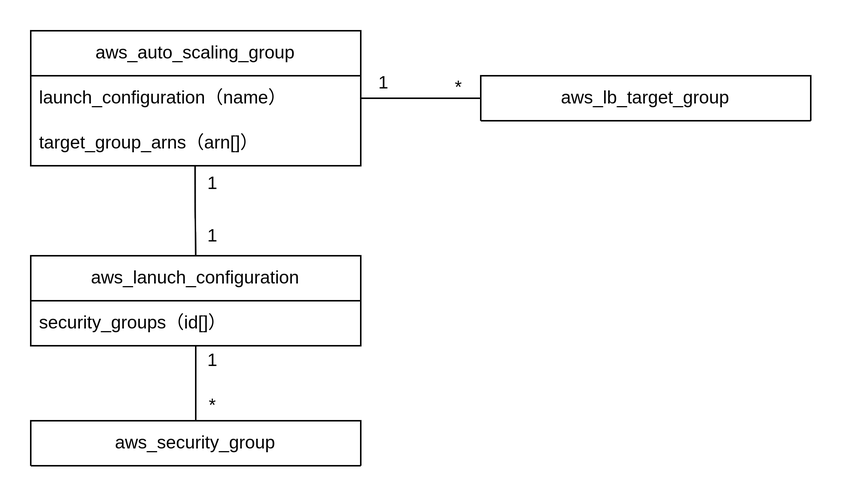
Before: Terraform/AWS/image/ASG-ER図.png, a diagram exported from draw.io (kuritaeiji/Memo). Source tidied: cells renumbered, new cells last; positions are measured from the earlier drawing's top-left corner, leaving out a move shared by most shapes.
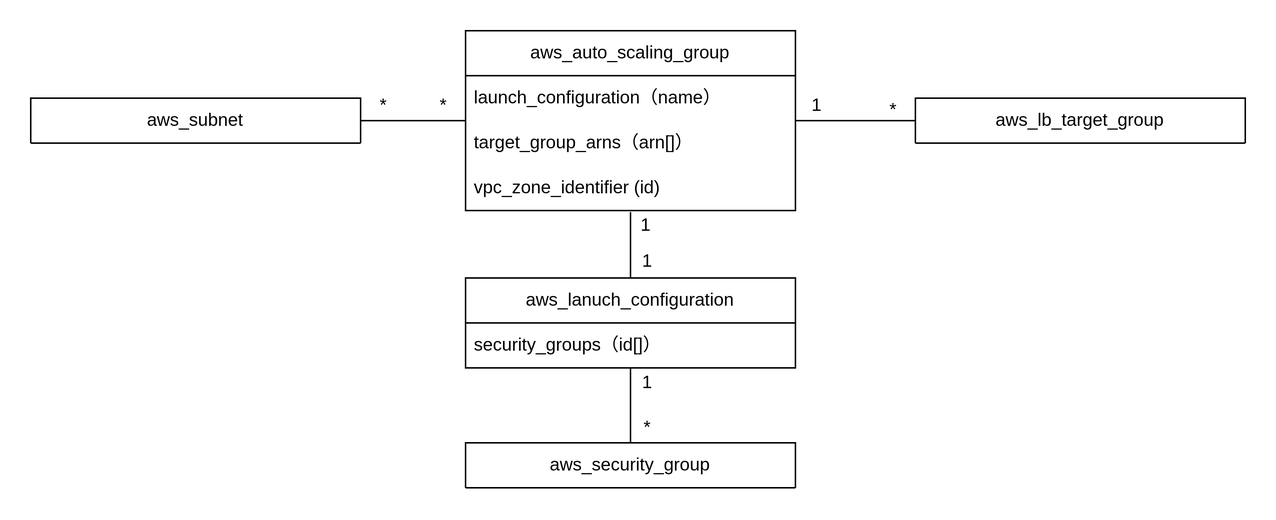
After the commit.

The edit, as a diff of the source:
```diff
@@ -20,35 +20,50 @@
     <mxCell id="7" value="*" style="text;html=1;align=center;verticalAlign=middle;strokeColor=none;fillColor=none;" parent="1" vertex="1">
       <mxGeometry x="106" y="235" width="30" height="30" as="geometry" />
     </mxCell>
-    <mxCell id="8" value="aws_auto_scaling_group" style="swimlane;fontStyle=0;horizontal=1;startSize=30;whiteSpace=wrap;html=1;" parent="1" vertex="1">
-      <mxGeometry width="220" height="90" as="geometry" />
+    <mxCell id="8" style="edgeStyle=orthogonalEdgeStyle;rounded=0;jettySize=auto;html=1;entryX=1;entryY=0.5;entryDx=0;entryDy=0;endArrow=none;endFill=0;" parent="1" edge="1" source="9" target="20">
+      <mxGeometry relative="1" as="geometry" />
     </mxCell>
-    <mxCell id="9" value="launch_configuration（name）" style="text;strokeColor=none;fillColor=none;align=left;verticalAlign=middle;spacingLeft=4;spacingRight=4;overflow=hidden;points=[[0,0.5],[1,0.5]];portConstraint=eastwest;whiteSpace=wrap;html=1;" parent="8" vertex="1">
-      <mxGeometry y="30" width="220" height="30" as="geometry" />
+    <mxCell id="9" value="aws_auto_scaling_group" style="swimlane;fontStyle=0;horizontal=1;startSize=30;whiteSpace=wrap;html=1;" parent="1" vertex="1">
+      <mxGeometry y="-15" width="220" height="120" as="geometry" />
     </mxCell>
-    <mxCell id="10" value="target_group_arns（arn[]）" style="text;strokeColor=none;fillColor=none;align=left;verticalAlign=middle;spacingLeft=4;spacingRight=4;overflow=hidden;points=[[0,0.5],[1,0.5]];portConstraint=eastwest;whiteSpace=wrap;html=1;" parent="8" vertex="1">
-      <mxGeometry y="60" width="220" height="30" as="geometry" />
+    <mxCell id="10" value="launch_configuration（name）" style="text;strokeColor=none;fillColor=none;align=left;verticalAlign=middle;spacingLeft=4;spacingRight=4;overflow=hidden;points=[[0,0.5],[1,0.5]];portConstraint=eastwest;whiteSpace=wrap;html=1;" parent="9" vertex="1">
+      <mxGeometry y="30" width="220" height="30" as="geometry" />
     </mxCell>
-    <mxCell id="11" value="1" style="text;html=1;align=center;verticalAlign=middle;strokeColor=none;fillColor=none;" parent="1" vertex="1">
-      <mxGeometry x="106" y="87" width="30" height="30" as="geometry" />
+    <mxCell id="11" value="target_group_arns（arn[]）" style="text;strokeColor=none;fillColor=none;align=left;verticalAlign=middle;spacingLeft=4;spacingRight=4;overflow=hidden;whiteSpace=wrap;html=1;" parent="9" vertex="1">
+      <mxGeometry y="60" width="220" height="30" as="geometry" />
     </mxCell>
-    <mxCell id="12" value="1" style="text;html=1;align=center;verticalAlign=middle;points=[];strokeColor=none;fillColor=none;" parent="1" vertex="1">
-      <mxGeometry x="106" y="122" width="30" height="30" as="geometry" />
+    <mxCell id="12" value="vpc_zone_identifier (id)" style="text;strokeColor=none;fillColor=none;align=left;verticalAlign=middle;spacingLeft=4;spacingRight=4;overflow=hidden;points=[[0,0.5],[1,0.5]];portConstraint=eastwest;whiteSpace=wrap;html=1;" parent="9" vertex="1">
+      <mxGeometry y="90" width="220" height="30" as="geometry" />
     </mxCell>
-    <mxCell id="13" style="edgeStyle=orthogonalEdgeStyle;rounded=0;jettySize=auto;html=1;entryX=1;entryY=0.5;entryDx=0;entryDy=0;endArrow=none;endFill=0;" parent="1" edge="1" source="14" target="8">
-      <mxGeometry relative="1" as="geometry" />
+    <mxCell id="13" value="1" style="text;html=1;align=center;verticalAlign=middle;strokeColor=none;fillColor=none;" parent="1" vertex="1">
+      <mxGeometry x="105" y="100" width="30" height="30" as="geometry" />
     </mxCell>
-    <mxCell id="14" value="aws_lb_target_group" style="swimlane;fontStyle=0;horizontal=1;startSize=30;whiteSpace=wrap;html=1;" parent="1" vertex="1">
-      <mxGeometry x="300" y="30" width="220" height="30" as="geometry" />
+    <mxCell id="14" value="1" style="text;html=1;align=center;verticalAlign=middle;points=[];strokeColor=none;fillColor=none;" parent="1" vertex="1">
+      <mxGeometry x="106" y="124" width="30" height="30" as="geometry" />
     </mxCell>
-    <mxCell id="15" value="*" style="text;html=1;align=center;verticalAlign=middle;strokeColor=none;fillColor=none;" parent="1" vertex="1">
-      <mxGeometry x="270" y="23" width="30" height="30" as="geometry" />
+    <mxCell id="15" style="edgeStyle=orthogonalEdgeStyle;rounded=0;jettySize=auto;html=1;entryX=1;entryY=0.5;entryDx=0;entryDy=0;endArrow=none;endFill=0;" parent="1" edge="1" source="16" target="9">
+      <mxGeometry relative="1" as="geometry" />
     </mxCell>
-    <mxCell id="16" value="1" style="text;html=1;align=center;verticalAlign=middle;points=[];strokeColor=none;fillColor=none;" parent="1" vertex="1">
-      <mxGeometry x="220" y="20" width="30" height="30" as="geometry" />
+    <mxCell id="16" value="aws_lb_target_group" style="swimlane;fontStyle=0;horizontal=1;startSize=30;whiteSpace=wrap;html=1;" parent="1" vertex="1">
+      <mxGeometry x="300" y="30" width="220" height="30" as="geometry" />
     </mxCell>
-    <mxCell id="17" style="edgeStyle=orthogonalEdgeStyle;rounded=0;jettySize=auto;html=1;entryX=0.5;entryY=0;entryDx=0;entryDy=0;exitX=0.498;exitY=0.987;exitDx=0;exitDy=0;exitPerimeter=0;endArrow=none;endFill=0;" parent="1" edge="1" source="10" target="3">
-      <mxGeometry relative="1" as="geometry" />
+    <mxCell id="17" value="*" style="text;html=1;align=center;verticalAlign=middle;strokeColor=none;fillColor=none;" parent="1" vertex="1">
+      <mxGeometry x="270" y="23" width="30" height="30" as="geometry" />
     </mxCell>
+    <mxCell id="18" value="1" style="text;html=1;align=center;verticalAlign=middle;strokeColor=none;fillColor=none;" parent="1" vertex="1">
+      <mxGeometry x="219" y="20" width="30" height="30" as="geometry" />
+    </mxCell>
+    <mxCell id="19" style="edgeStyle=orthogonalEdgeStyle;rounded=0;jettySize=auto;html=1;entryX=0.5;entryY=0;entryDx=0;entryDy=0;endArrow=none;endFill=0;exitX=0.5;exitY=1.033;exitDx=0;exitDy=0;exitPerimeter=0;" parent="1" edge="1" source="12" target="3">
+      <mxGeometry relative="1" as="geometry" />
+    </mxCell>
+    <mxCell id="20" value="aws_subnet" style="swimlane;fontStyle=0;horizontal=1;startSize=30;whiteSpace=wrap;html=1;" parent="1" vertex="1">
+      <mxGeometry x="-290" y="30" width="220" height="30" as="geometry" />
+    </mxCell>
+    <mxCell id="21" value="*" style="text;html=1;align=center;verticalAlign=middle;strokeColor=none;fillColor=none;" parent="1" vertex="1">
+      <mxGeometry x="-30" y="20" width="30" height="30" as="geometry" />
+    </mxCell>
+    <mxCell id="22" value="*" style="text;html=1;align=center;verticalAlign=middle;strokeColor=none;fillColor=none;" parent="1" vertex="1">
+      <mxGeometry x="-70" y="20" width="30" height="30" as="geometry" />
+    </mxCell>
   </root>
 </mxGraphModel>
```
